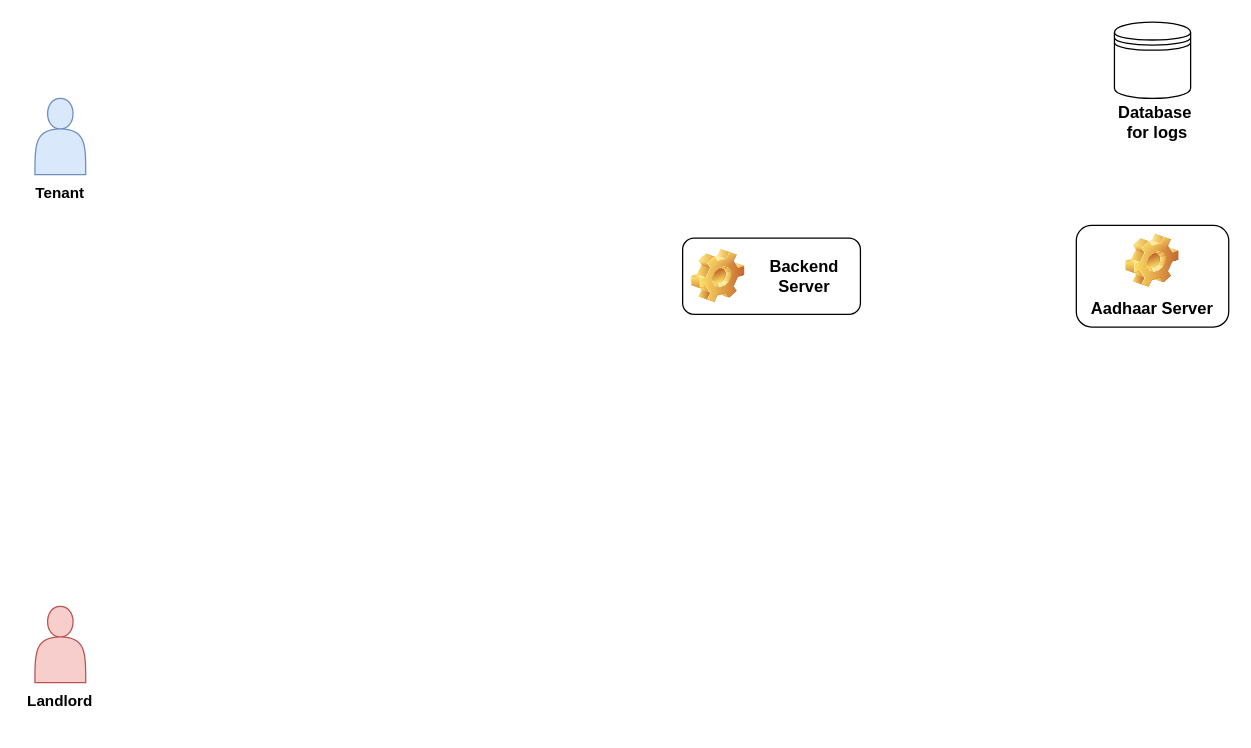
Earlier version of the draw.io diagram uidai_hackathon.drawio (UIDAI-Hackathon-We-r-TitanicX/resources). Source tidied: cells renumbered, new cells numbered last; positions are measured from the earlier drawing's top-left corner, leaving out a move shared by most shapes. Both pictures are drawn from the tidied source at 127%, with x=0, y=0 at pixel (22, 22). Pictures stored in the file or linked from it are replaced by grey dashed boxes.
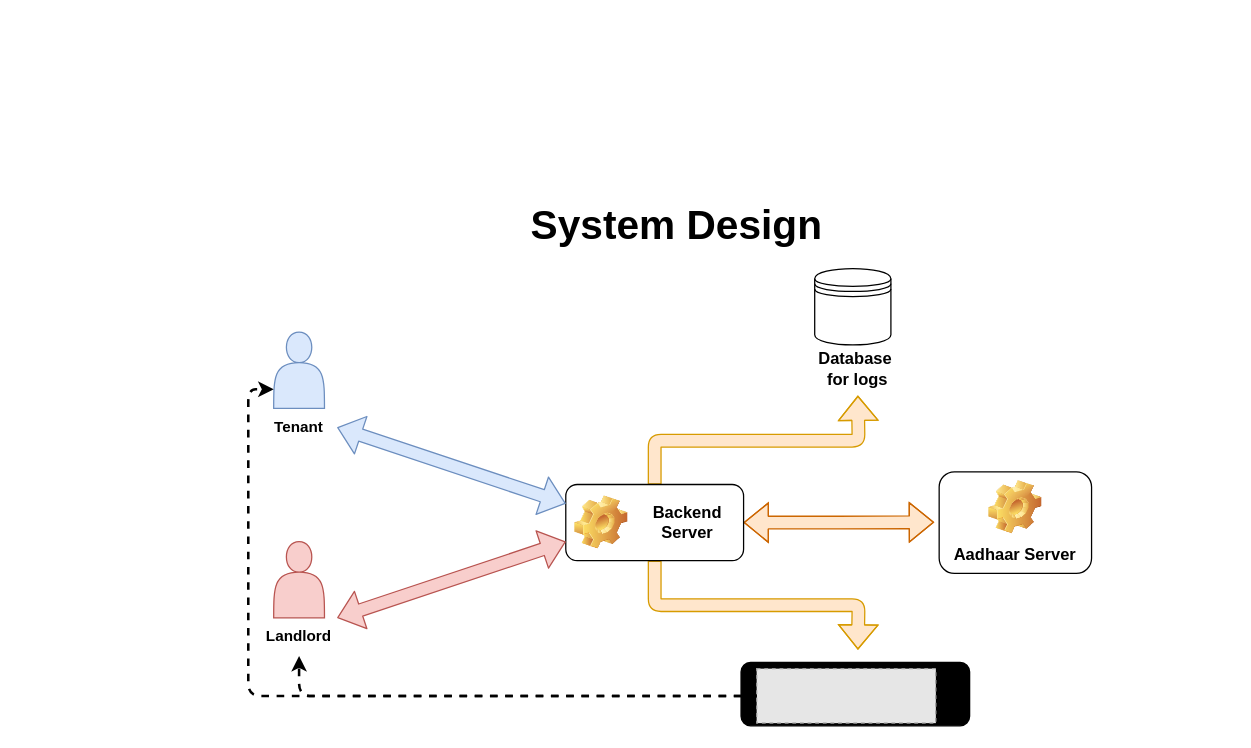
The same diagram, later.

Unchanged cells that the change refers to:
```xml
<mxCell id="3" style="shape=actor;whiteSpace=wrap;html=1;fillColor=#dae8fc;strokeColor=#6c8ebf;shadow=0;sketch=0;" parent="2" vertex="1">
  <mxGeometry x="10" width="40" height="60" as="geometry" />
</mxCell>
<mxCell id="4" value="&lt;b&gt;Tenant&lt;/b&gt;" style="text;html=1;strokeColor=none;fillColor=none;align=center;verticalAlign=middle;whiteSpace=wrap;rounded=0;shadow=0;sketch=0;" parent="2" vertex="1">
  <mxGeometry y="60" width="60" height="30" as="geometry" />
</mxCell>
<mxCell id="7" value="&lt;b&gt;Landlord&lt;/b&gt;" style="text;html=1;strokeColor=none;fillColor=none;align=center;verticalAlign=middle;whiteSpace=wrap;rounded=0;shadow=0;sketch=0;" parent="5" vertex="1">
  <mxGeometry y="60" width="60" height="30" as="geometry" />
</mxCell>
```

Diff of the diagram source:
```diff
@@
+    <mxCell id="13" value="&lt;font size=&quot;1&quot;&gt;&lt;span style=&quot;font-size: 32px&quot;&gt;System Design&lt;/span&gt;&lt;/font&gt;" style="text;strokeColor=none;fillColor=none;html=1;fontSize=24;fontStyle=1;verticalAlign=middle;align=center;shadow=0;labelBackgroundColor=none;sketch=0;" parent="1" vertex="1">
+      <mxGeometry x="465" y="140" width="100" height="40" as="geometry" />
+    </mxCell>
+    <mxCell id="14" style="group;" parent="1" vertex="1">
+      <mxGeometry x="188" y="194" width="654" height="360" as="geometry" />
+    </mxCell>
-    <mxCell id="2" style="group;" parent="1" vertex="1">
-      <mxGeometry y="60" width="60" height="90" as="geometry" />
+    <mxCell id="2" style="group;" parent="14" vertex="1">
+      <mxGeometry y="50" width="60" height="90" as="geometry" />
     </mxCell>
@@
-    <mxCell id="5" style="group;" parent="1" vertex="1">
-      <mxGeometry y="460" width="60" height="90" as="geometry" />
+    <mxCell id="5" style="group;" parent="14" vertex="1">
+      <mxGeometry y="215" width="60" height="90" as="geometry" />
     </mxCell>
@@
+    <mxCell id="15" style="edgeStyle=orthogonalEdgeStyle;shape=flexArrow;rounded=1;jettySize=auto;html=1;exitX=0.5;exitY=0;exitDx=0;exitDy=0;fontSize=13;fillColor=#ffe6cc;strokeColor=#d79b00;" parent="14" edge="1" source="8">
+      <mxGeometry relative="1" as="geometry">
+        <mxPoint x="470" y="100" as="targetPoint" />
+      </mxGeometry>
+    </mxCell>
+    <mxCell id="16" style="edgeStyle=orthogonalEdgeStyle;shape=flexArrow;rounded=1;jettySize=auto;html=1;exitX=1;exitY=0.5;exitDx=0;exitDy=0;fontSize=13;fillColor=#ffe6cc;strokeColor=#CC6600;startArrow=block;" parent="14" edge="1" source="8">
+      <mxGeometry relative="1" as="geometry">
+        <mxPoint x="530" y="199.7" as="targetPoint" />
+      </mxGeometry>
+    </mxCell>
+    <mxCell id="17" style="edgeStyle=orthogonalEdgeStyle;shape=flexArrow;rounded=1;jettySize=auto;html=1;exitX=0.5;exitY=1;exitDx=0;exitDy=0;fontSize=13;fillColor=#ffe6cc;strokeColor=#d79b00;startArrow=none;startFill=0;" parent="14" edge="1" source="8">
+      <mxGeometry relative="1" as="geometry">
+        <mxPoint x="470" y="300" as="targetPoint" />
+      </mxGeometry>
+    </mxCell>
-    <mxCell id="8" value="&lt;font style=&quot;font-size: 13px&quot;&gt;Backend Server&lt;/font&gt;" style="label;whiteSpace=wrap;html=1;image=img/clipart/Gear_128x128.png;shadow=0;sketch=0;gradientColor=none;align=center;" parent="1" vertex="1">
-      <mxGeometry x="520" y="170" width="140" height="60" as="geometry" />
+    <mxCell id="8" value="&lt;font style=&quot;font-size: 13px&quot;&gt;Backend Server&lt;/font&gt;" style="label;whiteSpace=wrap;html=1;image=img/clipart/Gear_128x128.png;shadow=0;sketch=0;gradientColor=none;align=center;" parent="14" vertex="1">
+      <mxGeometry x="240" y="170" width="140" height="60" as="geometry" />
     </mxCell>
-    <mxCell id="9" style="group;" parent="1" vertex="1">
-      <mxGeometry x="860" width="64" height="94" as="geometry" />
+    <mxCell id="9" style="group;" parent="14" vertex="1">
+      <mxGeometry x="436" width="64" height="94" as="geometry" />
     </mxCell>
@@
-    <mxCell id="12" value="Aadhaar Server" style="label;whiteSpace=wrap;html=1;align=center;verticalAlign=bottom;spacingLeft=0;spacingBottom=4;imageAlign=center;imageVerticalAlign=top;image=img/clipart/Gear_128x128.png;shadow=0;sketch=0;fontSize=13;gradientColor=none;" parent="1" vertex="1">
-      <mxGeometry x="830" y="160" width="120" height="80" as="geometry" />
+    <mxCell id="12" value="Aadhaar Server" style="label;whiteSpace=wrap;html=1;align=center;verticalAlign=bottom;spacingLeft=0;spacingBottom=4;imageAlign=center;imageVerticalAlign=top;image=img/clipart/Gear_128x128.png;shadow=0;sketch=0;fontSize=13;gradientColor=none;" parent="14" vertex="1">
+      <mxGeometry x="534" y="160" width="120" height="80" as="geometry" />
     </mxCell>
+    <mxCell id="18" style="group;" parent="14" vertex="1">
+      <mxGeometry x="378" y="310" width="180" height="50" as="geometry" />
+    </mxCell>
+    <mxCell id="19" style="shape=ext;double=1;rounded=1;whiteSpace=wrap;html=1;shadow=0;sketch=0;fontSize=13;gradientColor=none;align=center;labelBackgroundColor=none;fillColor=#000000;" parent="18" vertex="1">
+      <mxGeometry width="180" height="50" as="geometry" />
+    </mxCell>
+    <mxCell id="20" style="fillColor=#E6E6E6;strokeColor=#999999;dashed=1;verticalLabelPosition=bottom;labelBackgroundColor=#ffffff;verticalAlign=top;" parent="18" vertex="1">
+      <mxGeometry x="12.3" y="5" width="141.1" height="42.9" as="geometry" />
+    </mxCell>
+    <mxCell id="21" style="rounded=1;jettySize=auto;html=1;exitX=1;exitY=0.5;exitDx=0;exitDy=0;entryX=0;entryY=0.25;entryDx=0;entryDy=0;fontSize=13;fillColor=#dae8fc;strokeColor=#6c8ebf;elbow=vertical;startArrow=classic;startFill=1;shape=flexArrow;" parent="14" edge="1" source="4" target="8">
+      <mxGeometry relative="1" as="geometry" />
+    </mxCell>
+    <mxCell id="22" style="edgeStyle=none;shape=flexArrow;rounded=1;jettySize=auto;html=1;exitX=1;exitY=0;exitDx=0;exitDy=0;entryX=0;entryY=0.75;entryDx=0;entryDy=0;fontSize=13;strokeColor=#b85450;fillColor=#f8cecc;startArrow=block;" parent="14" edge="1" source="7" target="8">
+      <mxGeometry relative="1" as="geometry" />
+    </mxCell>
+    <mxCell id="23" style="edgeStyle=orthogonalEdgeStyle;rounded=1;jettySize=auto;html=1;exitX=0;exitY=0.5;exitDx=0;exitDy=0;entryX=0.5;entryY=1;entryDx=0;entryDy=0;fontSize=13;strokeColor=default;fillColor=default;gradientColor=none;strokeWidth=2;dashed=1;" parent="14" edge="1" source="20" target="7">
+      <mxGeometry relative="1" as="geometry" />
+    </mxCell>
+    <mxCell id="24" style="edgeStyle=orthogonalEdgeStyle;rounded=1;jettySize=auto;html=1;entryX=0;entryY=0.75;entryDx=0;entryDy=0;fontSize=13;strokeColor=default;fillColor=default;gradientColor=none;dashed=1;strokeWidth=2;" parent="14" edge="1" source="20" target="3">
+      <mxGeometry relative="1" as="geometry" />
+    </mxCell>
```
